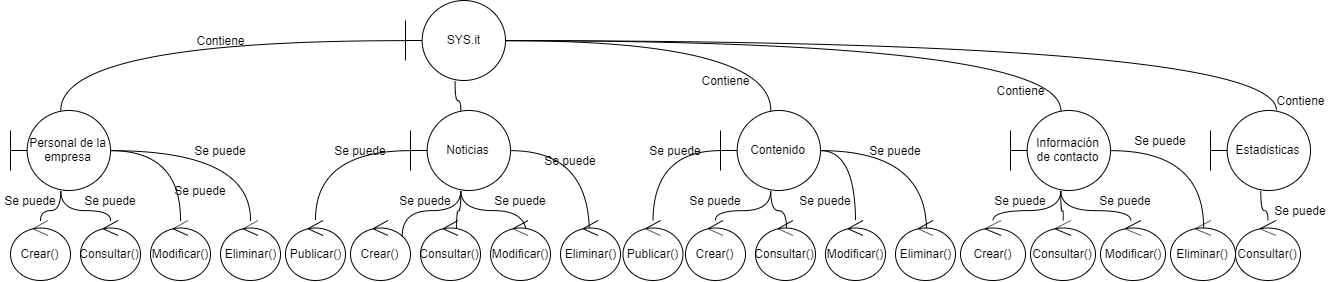
HighDeFing/Proyecto-de-IHC-2019 keeps this draw.io diagram as Modelo de Objetos de interfaz.png. Above is the earlier version. Source tidied: cells renumbered, new cells last; positions are measured from the earlier drawing's top-left corner, leaving out a move shared by most shapes.
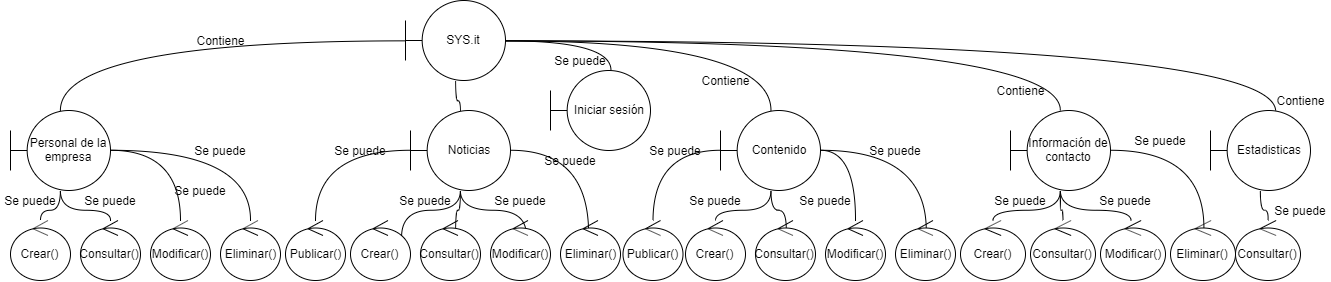
Above is the later version.

Commit message:
modelo de objetos de interfaz con login y prototipo

Change to the diagram source:
```diff
@@ -17,6 +17,9 @@
     <mxCell id="6" style="edgeStyle=orthogonalEdgeStyle;curved=1;rounded=0;jettySize=auto;html=1;entryX=0.653;entryY=0.006;entryDx=0;entryDy=0;entryPerimeter=0;endArrow=none;endFill=0;" parent="1" edge="1" source="7" target="9">
       <mxGeometry relative="1" as="geometry" />
     </mxCell>
+    <mxCell id="71" style="edgeStyle=orthogonalEdgeStyle;rounded=0;jettySize=auto;html=1;curved=1;endArrow=none;endFill=0;entryX=0.6;entryY=0;entryDx=0;entryDy=0;entryPerimeter=0;" parent="1" edge="1" source="7" target="72">
+      <mxGeometry relative="1" as="geometry" />
+    </mxCell>
     <mxCell id="7" value="SYS.it" style="shape=umlBoundary;whiteSpace=wrap;html=1;" parent="1" vertex="1">
       <mxGeometry x="405" width="100" height="80" as="geometry" />
     </mxCell>
@@ -215,5 +218,11 @@
     <mxCell id="70" value="Se puede" style="text;html=1;strokeColor=none;fillColor=none;align=center;verticalAlign=middle;whiteSpace=wrap;rounded=0;" parent="1" vertex="1">
       <mxGeometry y="190" width="60" height="20" as="geometry" />
     </mxCell>
+    <mxCell id="72" value="Iniciar sesión" style="shape=umlBoundary;whiteSpace=wrap;html=1;" parent="1" vertex="1">
+      <mxGeometry x="550" y="70" width="100" height="80" as="geometry" />
+    </mxCell>
+    <mxCell id="73" value="Se puede" style="text;html=1;strokeColor=none;fillColor=none;align=center;verticalAlign=middle;whiteSpace=wrap;rounded=0;" parent="1" vertex="1">
+      <mxGeometry x="550" y="50" width="60" height="20" as="geometry" />
+    </mxCell>
   </root>
 </mxGraphModel>
```
